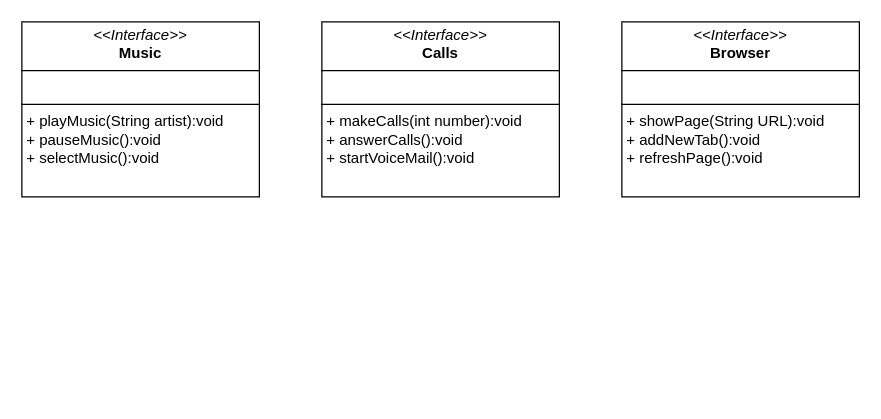
Earlier version of the draw.io diagram DesafioDIO_UML.drawio (DavidEsly/diodesafios). Source tidied: cells renumbered, new cells numbered last; positions are measured from the earlier drawing's top-left corner, leaving out a move shared by most shapes. Both pictures are drawn from the tidied source at 125%, with x=0, y=0 at pixel (21, 21).
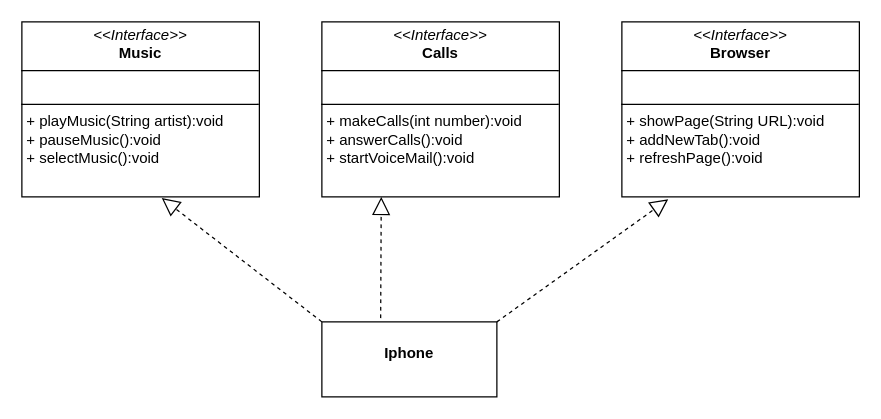
The same page after the edit.

Commit message:
Finalizacao do diagrama

What changed in the source:
```diff
@@
 <mxGraphModel>
   <root>
     <mxCell id="0" />
     <mxCell id="1" parent="0" />
     <mxCell id="2" value="&lt;p style=&quot;margin:0px;margin-top:4px;text-align:center;&quot;&gt;&lt;i&gt;&amp;lt;&amp;lt;Interface&amp;gt;&amp;gt;&lt;/i&gt;&lt;br&gt;&lt;b&gt;Music&lt;/b&gt;&lt;/p&gt;&lt;hr size=&quot;1&quot; style=&quot;border-style:solid;&quot;&gt;&lt;p style=&quot;margin:0px;margin-left:4px;&quot;&gt;&lt;br&gt;&lt;/p&gt;&lt;hr size=&quot;1&quot; style=&quot;border-style:solid;&quot;&gt;&lt;p style=&quot;margin:0px;margin-left:4px;&quot;&gt;+ playMusic(String artist):void&lt;br&gt;+ pauseMusic():void&lt;/p&gt;&lt;p style=&quot;margin:0px;margin-left:4px;&quot;&gt;+ selectMusic():void&lt;/p&gt;" style="verticalAlign=top;align=left;overflow=fill;html=1;whiteSpace=wrap;" parent="1" vertex="1">
       <mxGeometry width="190" height="140" as="geometry" />
     </mxCell>
     <mxCell id="3" value="&lt;p style=&quot;margin:0px;margin-top:4px;text-align:center;&quot;&gt;&lt;i&gt;&amp;lt;&amp;lt;Interface&amp;gt;&amp;gt;&lt;/i&gt;&lt;br&gt;&lt;b&gt;Calls&lt;/b&gt;&lt;/p&gt;&lt;hr size=&quot;1&quot; style=&quot;border-style:solid;&quot;&gt;&lt;p style=&quot;margin:0px;margin-left:4px;&quot;&gt;&lt;br&gt;&lt;/p&gt;&lt;hr size=&quot;1&quot; style=&quot;border-style:solid;&quot;&gt;&lt;p style=&quot;margin:0px;margin-left:4px;&quot;&gt;+ makeCalls(int number):void&lt;br&gt;+ answerCalls():void&lt;/p&gt;&lt;p style=&quot;margin:0px;margin-left:4px;&quot;&gt;+ startVoiceMail():void&lt;/p&gt;" style="verticalAlign=top;align=left;overflow=fill;html=1;whiteSpace=wrap;" parent="1" vertex="1">
       <mxGeometry x="240" width="190" height="140" as="geometry" />
     </mxCell>
     <mxCell id="4" value="&lt;p style=&quot;margin:0px;margin-top:4px;text-align:center;&quot;&gt;&lt;i&gt;&amp;lt;&amp;lt;Interface&amp;gt;&amp;gt;&lt;/i&gt;&lt;br&gt;&lt;b&gt;Browser&lt;/b&gt;&lt;/p&gt;&lt;hr size=&quot;1&quot; style=&quot;border-style:solid;&quot;&gt;&lt;p style=&quot;margin:0px;margin-left:4px;&quot;&gt;&lt;br&gt;&lt;/p&gt;&lt;hr size=&quot;1&quot; style=&quot;border-style:solid;&quot;&gt;&lt;p style=&quot;margin:0px;margin-left:4px;&quot;&gt;+ showPage(String URL):void&lt;br&gt;+ addNewTab():void&lt;/p&gt;&lt;p style=&quot;margin:0px;margin-left:4px;&quot;&gt;+ refreshPage():void&lt;/p&gt;" style="verticalAlign=top;align=left;overflow=fill;html=1;whiteSpace=wrap;" parent="1" vertex="1">
       <mxGeometry x="480" width="190" height="140" as="geometry" />
     </mxCell>
+    <mxCell id="5" style="endArrow=block;dashed=1;endFill=0;endSize=12;html=1;rounded=0;entryX=0.25;entryY=1;entryDx=0;entryDy=0;exitX=0.336;exitY=-0.05;exitDx=0;exitDy=0;exitPerimeter=0;" parent="1" edge="1" source="6" target="3">
+      <mxGeometry relative="1" as="geometry" />
+    </mxCell>
+    <mxCell id="6" value="&lt;p style=&quot;margin:0px;margin-top:4px;text-align:center;&quot;&gt;&lt;br&gt;&lt;b&gt;Iphone&lt;/b&gt;&lt;/p&gt;" style="verticalAlign=top;align=left;overflow=fill;html=1;whiteSpace=wrap;" parent="1" vertex="1">
+      <mxGeometry x="240" y="240" width="140" height="60" as="geometry" />
+    </mxCell>
+    <mxCell id="7" style="endArrow=block;dashed=1;endFill=0;endSize=12;html=1;rounded=0;entryX=0.195;entryY=1.014;entryDx=0;entryDy=0;exitX=1;exitY=0;exitDx=0;exitDy=0;entryPerimeter=0;" parent="1" edge="1" source="6" target="4">
+      <mxGeometry relative="1" as="geometry" />
+    </mxCell>
+    <mxCell id="8" style="endArrow=block;dashed=1;endFill=0;endSize=12;html=1;rounded=0;entryX=0.589;entryY=1.007;entryDx=0;entryDy=0;exitX=0;exitY=0;exitDx=0;exitDy=0;entryPerimeter=0;" parent="1" edge="1" source="6" target="2">
+      <mxGeometry relative="1" as="geometry" />
+    </mxCell>
   </root>
 </mxGraphModel>
```
